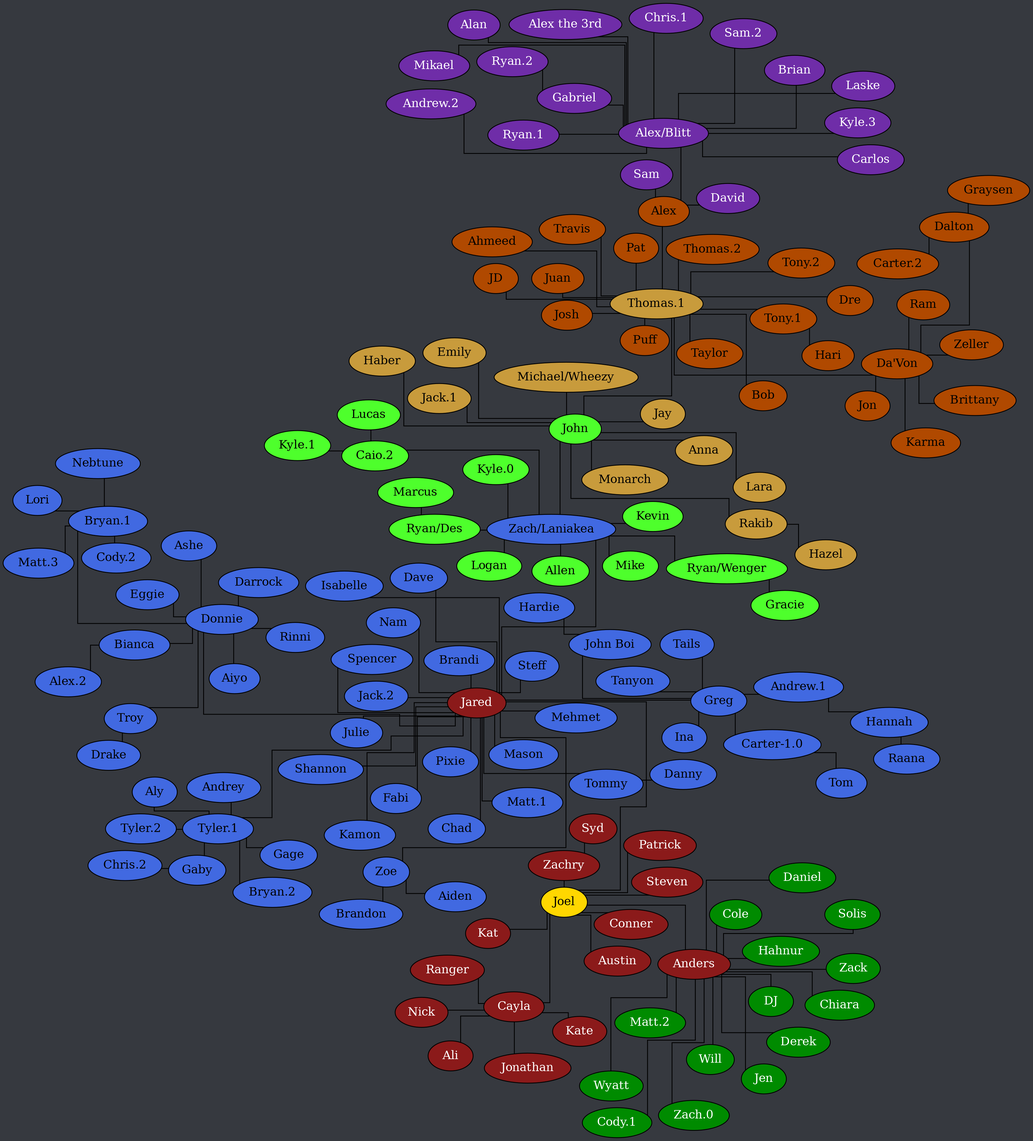
Documidas/CoronaCatzFamilyTree keeps this Graphviz diagram as tree.png. Above is the earlier version. Its source is kept beside it as tree.dot.
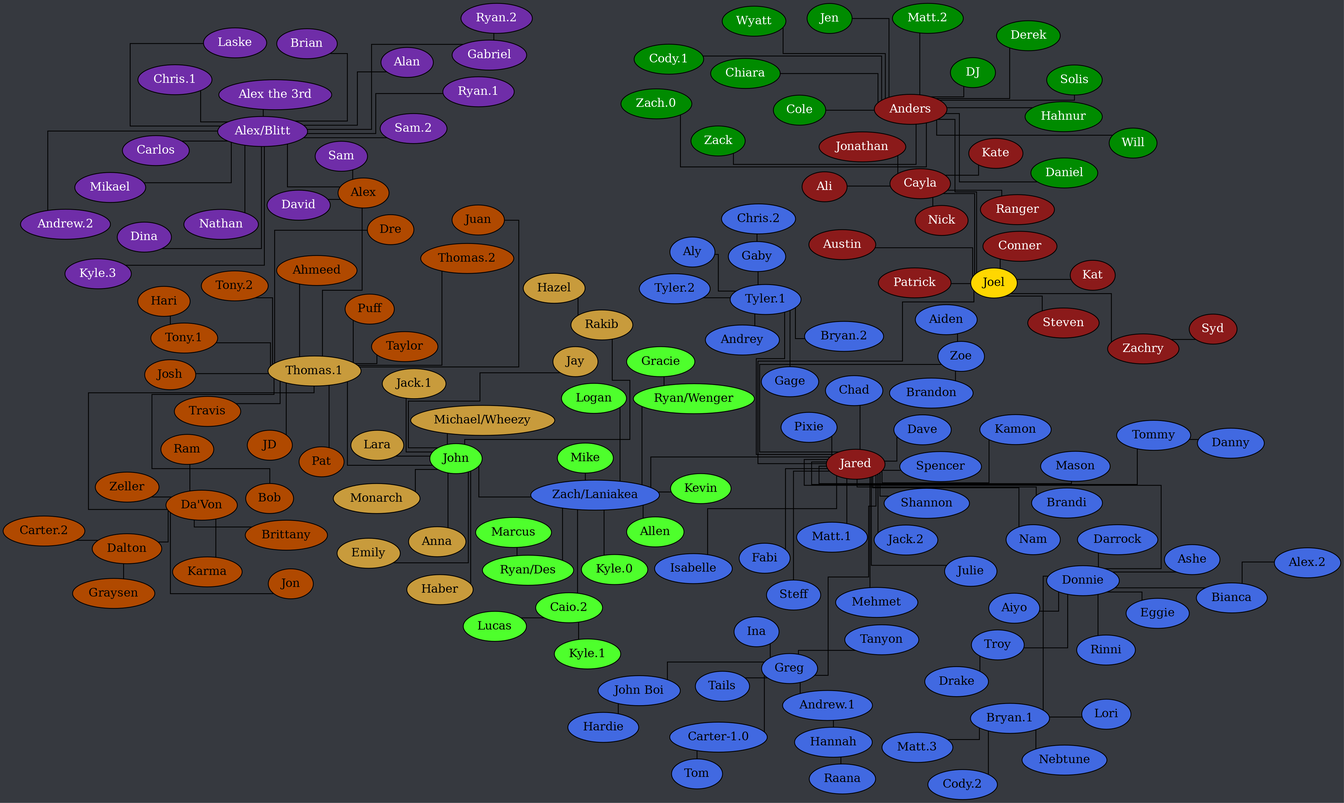
Above is the later version.

Commit message:
Add Dina, Nathan

Change to the diagram source:
```diff
@@ -192,10 +192,12 @@
 		"Alex/Blitt" -- Brian;
 		"Alex/Blitt" -- Carlos;
 		"Alex/Blitt" -- "Chris.1";
+		"Alex/Blitt" -- Dina;
 		"Alex/Blitt" -- Gabriel;
 		"Alex/Blitt" -- "Kyle.3";
 		"Alex/Blitt" -- Laske;
 		"Alex/Blitt" -- Mikael;
+		"Alex/Blitt" -- Nathan;
 		"Alex/Blitt" -- "Ryan.1";
 		"Alex/Blitt" -- "Sam.2";
 		Gabriel -- "Ryan.2";
```
